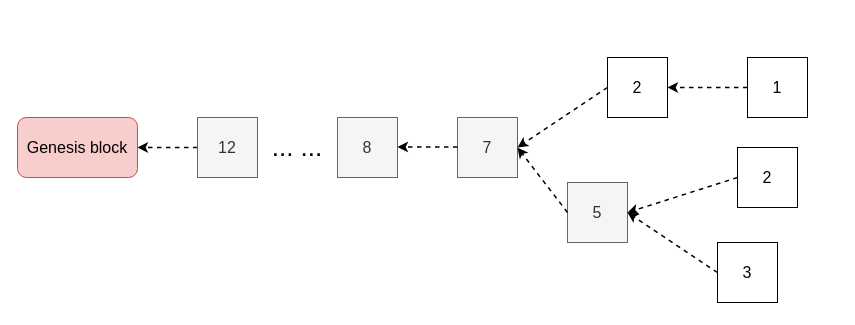
0xyicheng/a-research-diagram keeps this draw.io diagram as ethereum-research/consensus/(thread) Casper + Ghost.drawio. Above is the earlier version. Source tidied: cells renumbered, new cells numbered last; positions are measured from the earlier drawing's top-left corner, leaving out a move shared by most shapes. Both pictures are drawn from the tidied source at 100%, with x=0, y=0 at pixel (17, 57).
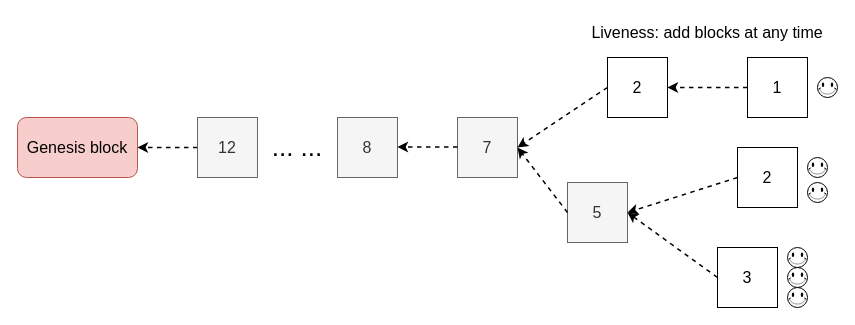
After the change.

Diff of the diagram source:
```diff
@@
     <mxCell id="11" value="3" style="whiteSpace=wrap;html=1;fontSize=16;" parent="1" vertex="1">
-      <mxGeometry x="700" y="185" width="60" height="60" as="geometry" />
+      <mxGeometry x="700" y="190" width="60" height="60" as="geometry" />
     </mxCell>
@@
+    <mxCell id="19" value="&lt;font style=&quot;font-size: 16px;&quot;&gt;Liveness: add blocks at any time&lt;/font&gt;" style="text;html=1;strokeColor=none;fillColor=none;align=center;verticalAlign=middle;whiteSpace=wrap;rounded=0;" parent="1" vertex="1">
+      <mxGeometry x="570" y="-40" width="240" height="30" as="geometry" />
+    </mxCell>
+    <mxCell id="20" style="verticalLabelPosition=bottom;verticalAlign=top;html=1;shape=mxgraph.basic.smiley;" parent="1" vertex="1">
+      <mxGeometry x="800" y="20" width="20" height="20" as="geometry" />
+    </mxCell>
+    <mxCell id="21" style="verticalLabelPosition=bottom;verticalAlign=top;html=1;shape=mxgraph.basic.smiley;" parent="1" vertex="1">
+      <mxGeometry x="790" y="100" width="20" height="20" as="geometry" />
+    </mxCell>
+    <mxCell id="22" style="verticalLabelPosition=bottom;verticalAlign=top;html=1;shape=mxgraph.basic.smiley;" parent="1" vertex="1">
+      <mxGeometry x="790" y="125" width="20" height="20" as="geometry" />
+    </mxCell>
+    <mxCell id="23" style="verticalLabelPosition=bottom;verticalAlign=top;html=1;shape=mxgraph.basic.smiley;" parent="1" vertex="1">
+      <mxGeometry x="770" y="190" width="20" height="20" as="geometry" />
+    </mxCell>
+    <mxCell id="24" style="verticalLabelPosition=bottom;verticalAlign=top;html=1;shape=mxgraph.basic.smiley;" parent="1" vertex="1">
+      <mxGeometry x="770" y="210" width="20" height="20" as="geometry" />
+    </mxCell>
+    <mxCell id="25" style="verticalLabelPosition=bottom;verticalAlign=top;html=1;shape=mxgraph.basic.smiley;" parent="1" vertex="1">
+      <mxGeometry x="770" y="230" width="20" height="20" as="geometry" />
+    </mxCell>
```
